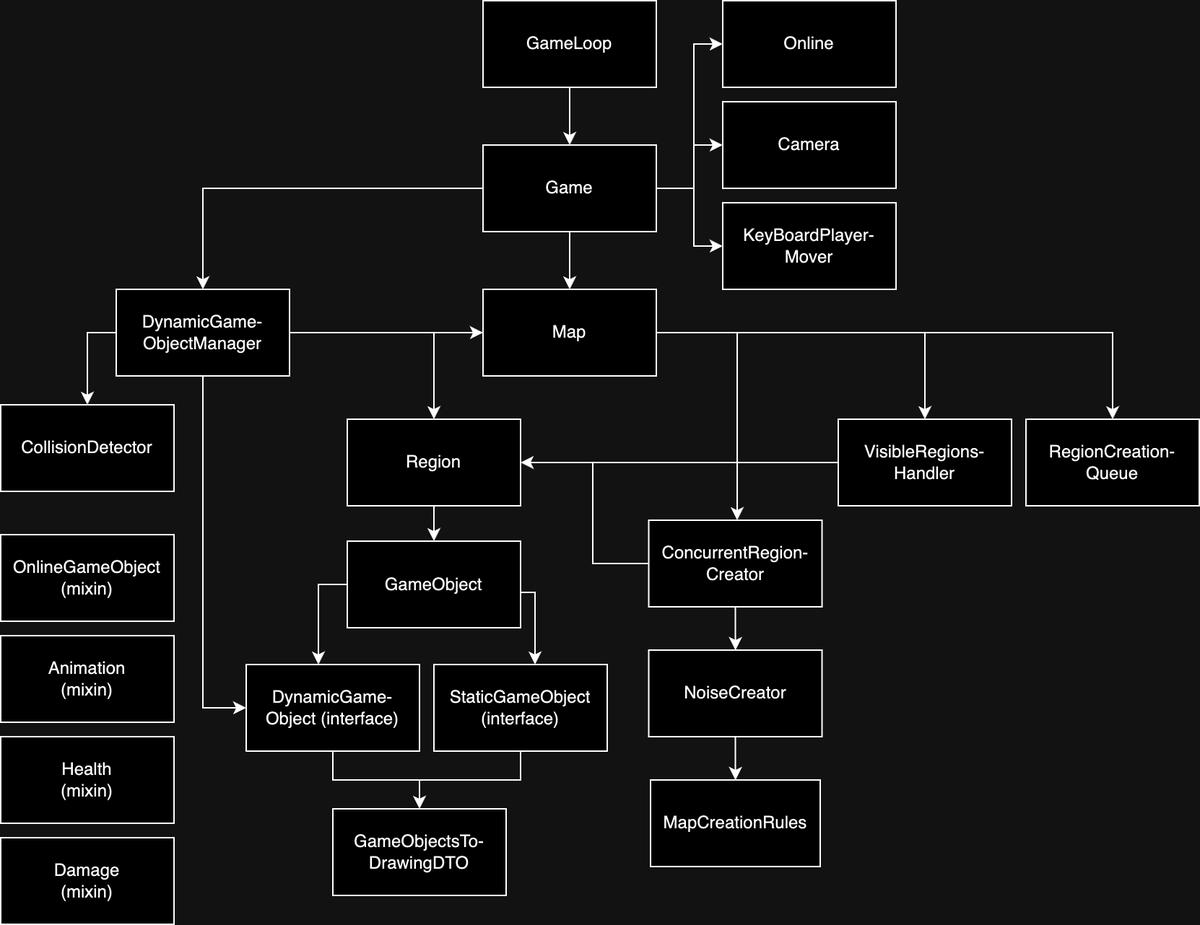
Earlier version of the draw.io export readme_images/structure.png (LappalainenMatias/flutter_isometric_ship_game). Source tidied: cells renumbered, new cells last; positions are measured from the earlier drawing's top-left corner, leaving out a move shared by most shapes. Its diagram source:
```xml
<mxGraphModel>
  <root>
    <mxCell id="0" />
    <mxCell id="1" parent="0" />
    <mxCell id="2" style="edgeStyle=orthogonalEdgeStyle;rounded=0;jettySize=auto;html=1;" parent="1" edge="1" source="3" target="9">
      <mxGeometry relative="1" as="geometry" />
    </mxCell>
    <mxCell id="3" value="GameLoop" style="rounded=0;whiteSpace=wrap;html=1;" parent="1" vertex="1">
      <mxGeometry x="334" width="120" height="60" as="geometry" />
    </mxCell>
    <mxCell id="4" style="edgeStyle=orthogonalEdgeStyle;rounded=0;jettySize=auto;html=1;" parent="1" edge="1" source="9" target="15">
      <mxGeometry relative="1" as="geometry">
        <Array as="points">
          <mxPoint x="480" y="130" />
          <mxPoint x="480" y="100" />
        </Array>
      </mxGeometry>
    </mxCell>
    <mxCell id="5" style="edgeStyle=orthogonalEdgeStyle;rounded=0;jettySize=auto;html=1;" parent="1" edge="1" source="9" target="19">
      <mxGeometry relative="1" as="geometry">
        <Array as="points">
          <mxPoint x="480" y="130" />
          <mxPoint x="480" y="170" />
        </Array>
      </mxGeometry>
    </mxCell>
    <mxCell id="6" style="edgeStyle=orthogonalEdgeStyle;rounded=0;jettySize=auto;html=1;" parent="1" edge="1" source="9" target="14">
      <mxGeometry relative="1" as="geometry" />
    </mxCell>
    <mxCell id="7" style="edgeStyle=orthogonalEdgeStyle;rounded=0;jettySize=auto;html=1;" parent="1" edge="1" source="9" target="18">
      <mxGeometry relative="1" as="geometry" />
    </mxCell>
    <mxCell id="8" style="edgeStyle=orthogonalEdgeStyle;rounded=0;jettySize=auto;html=1;" parent="1" edge="1" source="9" target="35">
      <mxGeometry relative="1" as="geometry">
        <Array as="points">
          <mxPoint x="480" y="130" />
          <mxPoint x="480" y="30" />
        </Array>
      </mxGeometry>
    </mxCell>
    <mxCell id="9" value="Game" style="rounded=0;whiteSpace=wrap;html=1;" parent="1" vertex="1">
      <mxGeometry x="334" y="100" width="120" height="60" as="geometry" />
    </mxCell>
    <mxCell id="10" style="edgeStyle=orthogonalEdgeStyle;rounded=0;jettySize=auto;html=1;" parent="1" edge="1" source="14" target="21">
      <mxGeometry relative="1" as="geometry">
        <Array as="points">
          <mxPoint x="300" y="230" />
        </Array>
      </mxGeometry>
    </mxCell>
    <mxCell id="11" style="edgeStyle=orthogonalEdgeStyle;rounded=0;jettySize=auto;html=1;" parent="1" edge="1" source="14" target="31">
      <mxGeometry relative="1" as="geometry">
        <Array as="points">
          <mxPoint x="510" y="230" />
        </Array>
      </mxGeometry>
    </mxCell>
    <mxCell id="12" style="edgeStyle=orthogonalEdgeStyle;rounded=0;jettySize=auto;html=1;" parent="1" edge="1" source="14" target="33">
      <mxGeometry relative="1" as="geometry" />
    </mxCell>
    <mxCell id="13" style="edgeStyle=orthogonalEdgeStyle;rounded=0;jettySize=auto;html=1;" parent="1" edge="1" source="14" target="34">
      <mxGeometry relative="1" as="geometry" />
    </mxCell>
    <mxCell id="14" value="Map" style="rounded=0;whiteSpace=wrap;html=1;" parent="1" vertex="1">
      <mxGeometry x="334" y="200" width="120" height="60" as="geometry" />
    </mxCell>
    <mxCell id="15" value="Camera" style="rounded=0;whiteSpace=wrap;html=1;" parent="1" vertex="1">
      <mxGeometry x="500" y="70" width="120" height="60" as="geometry" />
    </mxCell>
    <mxCell id="16" style="edgeStyle=orthogonalEdgeStyle;rounded=0;jettySize=auto;html=1;" parent="1" edge="1" source="18" target="28">
      <mxGeometry relative="1" as="geometry">
        <Array as="points">
          <mxPoint x="140" y="490" />
        </Array>
      </mxGeometry>
    </mxCell>
    <mxCell id="17" style="edgeStyle=orthogonalEdgeStyle;rounded=0;jettySize=auto;html=1;" parent="1" edge="1" source="18" target="14">
      <mxGeometry relative="1" as="geometry" />
    </mxCell>
    <mxCell id="18" value="DynamicGame-&lt;br&gt;ObjectManager" style="rounded=0;whiteSpace=wrap;html=1;" parent="1" vertex="1">
      <mxGeometry x="80" y="200" width="120" height="60" as="geometry" />
    </mxCell>
    <mxCell id="19" value="KeyBoardPlayer-Mover" style="rounded=0;whiteSpace=wrap;html=1;" parent="1" vertex="1">
      <mxGeometry x="500" y="140" width="120" height="60" as="geometry" />
    </mxCell>
    <mxCell id="20" style="edgeStyle=orthogonalEdgeStyle;rounded=0;jettySize=auto;html=1;" parent="1" edge="1" source="21" target="24">
      <mxGeometry relative="1" as="geometry">
        <Array as="points">
          <mxPoint x="320" y="380" />
        </Array>
      </mxGeometry>
    </mxCell>
    <mxCell id="21" value="Region" style="rounded=0;whiteSpace=wrap;html=1;" parent="1" vertex="1">
      <mxGeometry x="240" y="290" width="120" height="60" as="geometry" />
    </mxCell>
    <mxCell id="22" style="edgeStyle=orthogonalEdgeStyle;rounded=0;jettySize=auto;html=1;" parent="1" edge="1" source="24" target="26">
      <mxGeometry relative="1" as="geometry">
        <Array as="points">
          <mxPoint x="370" y="410" />
        </Array>
      </mxGeometry>
    </mxCell>
    <mxCell id="23" style="edgeStyle=orthogonalEdgeStyle;rounded=0;jettySize=auto;html=1;" parent="1" edge="1" source="24" target="28">
      <mxGeometry relative="1" as="geometry">
        <Array as="points">
          <mxPoint x="220" y="405" />
        </Array>
      </mxGeometry>
    </mxCell>
    <mxCell id="24" value="GameObject" style="rounded=0;whiteSpace=wrap;html=1;" parent="1" vertex="1">
      <mxGeometry x="240" y="374.5" width="120" height="60" as="geometry" />
    </mxCell>
    <mxCell id="25" style="edgeStyle=orthogonalEdgeStyle;rounded=0;jettySize=auto;html=1;" parent="1" edge="1" source="26" target="41">
      <mxGeometry relative="1" as="geometry" />
    </mxCell>
    <mxCell id="26" value="StaticGameObject&lt;br&gt;(interface)" style="rounded=0;whiteSpace=wrap;html=1;" parent="1" vertex="1">
      <mxGeometry x="300" y="460" width="120" height="60" as="geometry" />
    </mxCell>
    <mxCell id="27" style="edgeStyle=orthogonalEdgeStyle;rounded=0;jettySize=auto;html=1;" parent="1" edge="1" source="28" target="41">
      <mxGeometry relative="1" as="geometry" />
    </mxCell>
    <mxCell id="28" value="DynamicGame-Object (interface)" style="rounded=0;whiteSpace=wrap;html=1;" parent="1" vertex="1">
      <mxGeometry x="170" y="460" width="120" height="60" as="geometry" />
    </mxCell>
    <mxCell id="29" style="edgeStyle=orthogonalEdgeStyle;rounded=0;jettySize=auto;html=1;" parent="1" edge="1" source="31" target="37">
      <mxGeometry relative="1" as="geometry" />
    </mxCell>
    <mxCell id="30" style="edgeStyle=orthogonalEdgeStyle;rounded=0;jettySize=auto;html=1;" parent="1" edge="1" source="31" target="21">
      <mxGeometry relative="1" as="geometry">
        <Array as="points">
          <mxPoint x="410" y="390" />
          <mxPoint x="410" y="320" />
        </Array>
      </mxGeometry>
    </mxCell>
    <mxCell id="31" value="ConcurrentRegion-Creator" style="rounded=0;whiteSpace=wrap;html=1;" parent="1" vertex="1">
      <mxGeometry x="448.8" y="360" width="120" height="60" as="geometry" />
    </mxCell>
    <mxCell id="32" style="edgeStyle=orthogonalEdgeStyle;rounded=0;jettySize=auto;html=1;" parent="1" edge="1" source="33" target="21">
      <mxGeometry relative="1" as="geometry" />
    </mxCell>
    <mxCell id="33" value="VisibleRegions-Handler" style="rounded=0;whiteSpace=wrap;html=1;" parent="1" vertex="1">
      <mxGeometry x="580" y="290" width="120" height="60" as="geometry" />
    </mxCell>
    <mxCell id="34" value="RegionCreation-Queue" style="rounded=0;whiteSpace=wrap;html=1;" parent="1" vertex="1">
      <mxGeometry x="710" y="290" width="120" height="60" as="geometry" />
    </mxCell>
    <mxCell id="35" value="Online" style="rounded=0;whiteSpace=wrap;html=1;" parent="1" vertex="1">
      <mxGeometry x="500" width="120" height="60" as="geometry" />
    </mxCell>
    <mxCell id="36" style="edgeStyle=orthogonalEdgeStyle;rounded=0;jettySize=auto;html=1;" parent="1" edge="1" source="37" target="38">
      <mxGeometry relative="1" as="geometry" />
    </mxCell>
    <mxCell id="37" value="NoiseCreator" style="rounded=0;whiteSpace=wrap;html=1;" parent="1" vertex="1">
      <mxGeometry x="448.8" y="450" width="120" height="60" as="geometry" />
    </mxCell>
    <mxCell id="38" value="MapCreationRules" style="rounded=0;whiteSpace=wrap;html=1;direction=south;" parent="1" vertex="1">
      <mxGeometry x="450" y="540" width="117.5" height="60" as="geometry" />
    </mxCell>
    <mxCell id="39" value="CollisionDetector" style="rounded=0;whiteSpace=wrap;html=1;" parent="1" vertex="1">
      <mxGeometry y="280" width="120" height="60" as="geometry" />
    </mxCell>
    <mxCell id="40" style="edgeStyle=orthogonalEdgeStyle;rounded=0;jettySize=auto;html=1;" parent="1" edge="1" source="18" target="39">
      <mxGeometry relative="1" as="geometry">
        <Array as="points">
          <mxPoint x="60" y="230" />
        </Array>
      </mxGeometry>
    </mxCell>
    <mxCell id="41" value="GameObjectsTo-DrawingDTO" style="rounded=0;whiteSpace=wrap;html=1;" parent="1" vertex="1">
      <mxGeometry x="230" y="560" width="120" height="60" as="geometry" />
    </mxCell>
    <mxCell id="42" value="Animation&lt;br&gt;(mixin)" style="rounded=0;whiteSpace=wrap;html=1;" parent="1" vertex="1">
      <mxGeometry y="440" width="120" height="60" as="geometry" />
    </mxCell>
    <mxCell id="43" value="Health&lt;br&gt;(mixin)" style="rounded=0;whiteSpace=wrap;html=1;" parent="1" vertex="1">
      <mxGeometry y="510" width="120" height="60" as="geometry" />
    </mxCell>
    <mxCell id="44" value="Damage&lt;br&gt;(mixin)" style="rounded=0;whiteSpace=wrap;html=1;" parent="1" vertex="1">
      <mxGeometry y="580" width="120" height="60" as="geometry" />
    </mxCell>
    <mxCell id="45" value="OnlineGameObject&lt;br&gt;(mixin)" style="rounded=0;whiteSpace=wrap;html=1;" parent="1" vertex="1">
      <mxGeometry y="370" width="120" height="60" as="geometry" />
    </mxCell>
  </root>
</mxGraphModel>
```
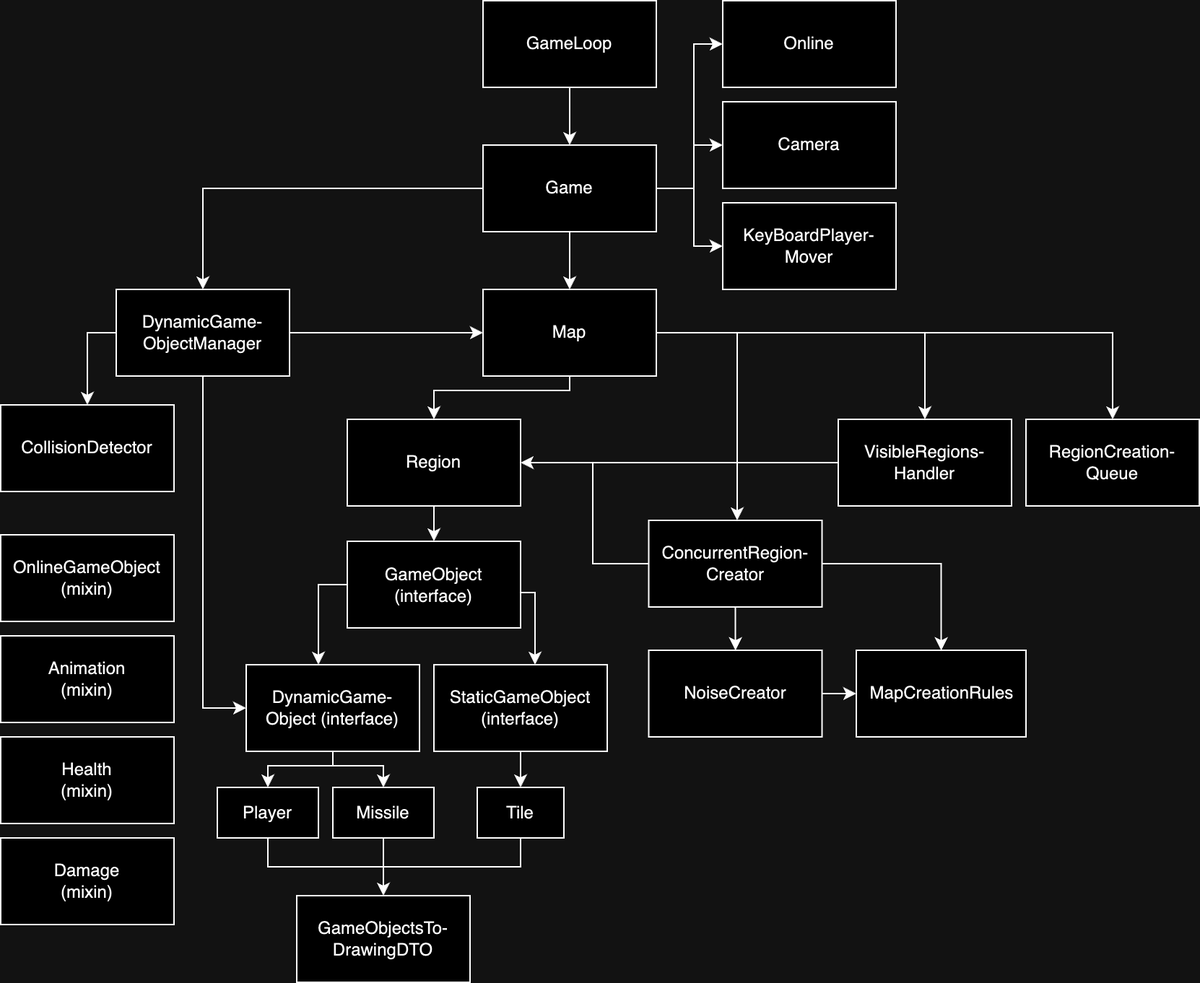
Later version of the same file.

Commit message:
Update readme class diagram

Change to the diagram source:
```diff
@@ -41,13 +41,6 @@
     <mxCell id="9" value="Game" style="rounded=0;whiteSpace=wrap;html=1;" parent="1" vertex="1">
       <mxGeometry x="334" y="100" width="120" height="60" as="geometry" />
     </mxCell>
-    <mxCell id="10" style="edgeStyle=orthogonalEdgeStyle;rounded=0;jettySize=auto;html=1;" parent="1" edge="1" source="14" target="21">
-      <mxGeometry relative="1" as="geometry">
-        <Array as="points">
-          <mxPoint x="300" y="230" />
-        </Array>
-      </mxGeometry>
-    </mxCell>
     <mxCell id="11" style="edgeStyle=orthogonalEdgeStyle;rounded=0;jettySize=auto;html=1;" parent="1" edge="1" source="14" target="31">
       <mxGeometry relative="1" as="geometry">
         <Array as="points">
@@ -61,6 +54,14 @@
     <mxCell id="13" style="edgeStyle=orthogonalEdgeStyle;rounded=0;jettySize=auto;html=1;" parent="1" edge="1" source="14" target="34">
       <mxGeometry relative="1" as="geometry" />
     </mxCell>
+    <mxCell id="10" style="edgeStyle=orthogonalEdgeStyle;rounded=0;jettySize=auto;html=1;" parent="1" edge="1" source="14" target="21">
+      <mxGeometry relative="1" as="geometry">
+        <Array as="points">
+          <mxPoint x="394" y="270" />
+          <mxPoint x="300" y="270" />
+        </Array>
+      </mxGeometry>
+    </mxCell>
     <mxCell id="14" value="Map" style="rounded=0;whiteSpace=wrap;html=1;" parent="1" vertex="1">
       <mxGeometry x="334" y="200" width="120" height="60" as="geometry" />
     </mxCell>
@@ -107,18 +108,31 @@
         </Array>
       </mxGeometry>
     </mxCell>
-    <mxCell id="24" value="GameObject" style="rounded=0;whiteSpace=wrap;html=1;" parent="1" vertex="1">
+    <mxCell id="24" value="GameObject&lt;br&gt;(interface)" style="rounded=0;whiteSpace=wrap;html=1;" parent="1" vertex="1">
       <mxGeometry x="240" y="374.5" width="120" height="60" as="geometry" />
     </mxCell>
-    <mxCell id="25" style="edgeStyle=orthogonalEdgeStyle;rounded=0;jettySize=auto;html=1;" parent="1" edge="1" source="26" target="41">
-      <mxGeometry relative="1" as="geometry" />
-    </mxCell>
+    <mxCell id="46" style="edgeStyle=orthogonalEdgeStyle;rounded=0;jettySize=auto;html=1;" parent="1" edge="1" source="26" target="53">
+      <mxGeometry relative="1" as="geometry" />
+    </mxCell>
     <mxCell id="26" value="StaticGameObject&lt;br&gt;(interface)" style="rounded=0;whiteSpace=wrap;html=1;" parent="1" vertex="1">
       <mxGeometry x="300" y="460" width="120" height="60" as="geometry" />
     </mxCell>
-    <mxCell id="27" style="edgeStyle=orthogonalEdgeStyle;rounded=0;jettySize=auto;html=1;" parent="1" edge="1" source="28" target="41">
-      <mxGeometry relative="1" as="geometry" />
-    </mxCell>
+    <mxCell id="47" style="edgeStyle=orthogonalEdgeStyle;rounded=0;jettySize=auto;html=1;" parent="1" edge="1" source="28" target="55">
+      <mxGeometry relative="1" as="geometry">
+        <Array as="points">
+          <mxPoint x="230" y="530" />
+          <mxPoint x="265" y="530" />
+        </Array>
+      </mxGeometry>
+    </mxCell>
+    <mxCell id="48" style="edgeStyle=orthogonalEdgeStyle;rounded=0;jettySize=auto;html=1;" parent="1" edge="1" source="28" target="51">
+      <mxGeometry relative="1" as="geometry">
+        <Array as="points">
+          <mxPoint x="230" y="530" />
+          <mxPoint x="185" y="530" />
+        </Array>
+      </mxGeometry>
+    </mxCell>
     <mxCell id="28" value="DynamicGame-Object (interface)" style="rounded=0;whiteSpace=wrap;html=1;" parent="1" vertex="1">
       <mxGeometry x="170" y="460" width="120" height="60" as="geometry" />
     </mxCell>
@@ -133,6 +147,9 @@
         </Array>
       </mxGeometry>
     </mxCell>
+    <mxCell id="49" style="edgeStyle=orthogonalEdgeStyle;rounded=0;jettySize=auto;html=1;" parent="1" edge="1" source="31" target="38">
+      <mxGeometry relative="1" as="geometry" />
+    </mxCell>
     <mxCell id="31" value="ConcurrentRegion-Creator" style="rounded=0;whiteSpace=wrap;html=1;" parent="1" vertex="1">
       <mxGeometry x="448.8" y="360" width="120" height="60" as="geometry" />
     </mxCell>
@@ -154,9 +171,6 @@
     <mxCell id="37" value="NoiseCreator" style="rounded=0;whiteSpace=wrap;html=1;" parent="1" vertex="1">
       <mxGeometry x="448.8" y="450" width="120" height="60" as="geometry" />
     </mxCell>
-    <mxCell id="38" value="MapCreationRules" style="rounded=0;whiteSpace=wrap;html=1;direction=south;" parent="1" vertex="1">
-      <mxGeometry x="450" y="540" width="117.5" height="60" as="geometry" />
-    </mxCell>
     <mxCell id="39" value="CollisionDetector" style="rounded=0;whiteSpace=wrap;html=1;" parent="1" vertex="1">
       <mxGeometry y="280" width="120" height="60" as="geometry" />
     </mxCell>
@@ -168,7 +182,7 @@
       </mxGeometry>
     </mxCell>
     <mxCell id="41" value="GameObjectsTo-DrawingDTO" style="rounded=0;whiteSpace=wrap;html=1;" parent="1" vertex="1">
-      <mxGeometry x="230" y="560" width="120" height="60" as="geometry" />
+      <mxGeometry x="205" y="620" width="120" height="60" as="geometry" />
     </mxCell>
     <mxCell id="42" value="Animation&lt;br&gt;(mixin)" style="rounded=0;whiteSpace=wrap;html=1;" parent="1" vertex="1">
       <mxGeometry y="440" width="120" height="60" as="geometry" />
@@ -182,5 +196,36 @@
     <mxCell id="45" value="OnlineGameObject&lt;br&gt;(mixin)" style="rounded=0;whiteSpace=wrap;html=1;" parent="1" vertex="1">
       <mxGeometry y="370" width="120" height="60" as="geometry" />
     </mxCell>
+    <mxCell id="38" value="MapCreationRules" style="rounded=0;whiteSpace=wrap;html=1;direction=south;" parent="1" vertex="1">
+      <mxGeometry x="592.5" y="450" width="117.5" height="60" as="geometry" />
+    </mxCell>
+    <mxCell id="50" style="edgeStyle=orthogonalEdgeStyle;rounded=0;jettySize=auto;html=1;" parent="1" edge="1" source="51" target="41">
+      <mxGeometry relative="1" as="geometry">
+        <Array as="points">
+          <mxPoint x="185" y="600" />
+          <mxPoint x="265" y="600" />
+        </Array>
+      </mxGeometry>
+    </mxCell>
+    <mxCell id="51" value="Player" style="rounded=0;whiteSpace=wrap;html=1;" parent="1" vertex="1">
+      <mxGeometry x="150" y="545" width="70" height="35" as="geometry" />
+    </mxCell>
+    <mxCell id="52" style="edgeStyle=orthogonalEdgeStyle;rounded=0;jettySize=auto;html=1;" parent="1" edge="1" source="53" target="41">
+      <mxGeometry relative="1" as="geometry">
+        <Array as="points">
+          <mxPoint x="360" y="600" />
+          <mxPoint x="265" y="600" />
+        </Array>
+      </mxGeometry>
+    </mxCell>
+    <mxCell id="53" value="Tile" style="rounded=0;whiteSpace=wrap;html=1;" parent="1" vertex="1">
+      <mxGeometry x="330" y="545" width="60" height="35" as="geometry" />
+    </mxCell>
+    <mxCell id="54" style="edgeStyle=orthogonalEdgeStyle;rounded=0;jettySize=auto;html=1;" parent="1" edge="1" source="55" target="41">
+      <mxGeometry relative="1" as="geometry" />
+    </mxCell>
+    <mxCell id="55" value="Missile" style="rounded=0;whiteSpace=wrap;html=1;" parent="1" vertex="1">
+      <mxGeometry x="230" y="545" width="70" height="35" as="geometry" />
+    </mxCell>
   </root>
 </mxGraphModel>
```
